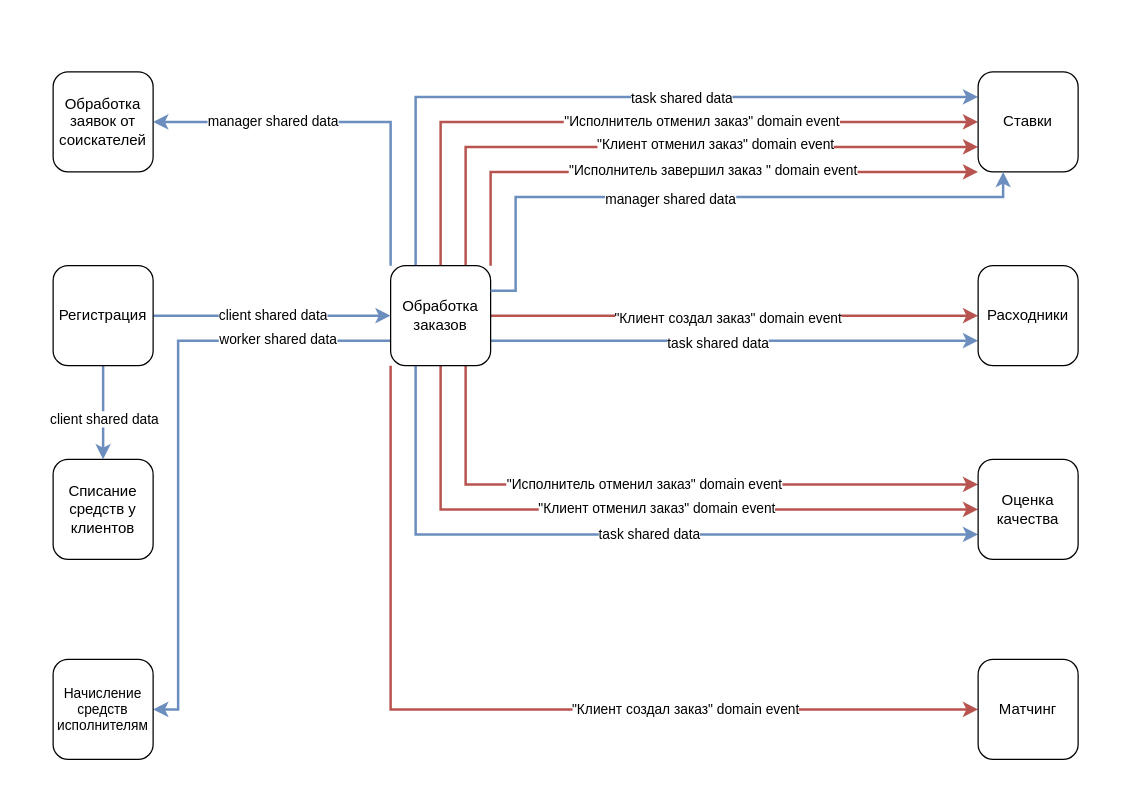
This is hw2/data-model/dm.drawio from mikhaildruzhinin/tough-dev-school-system-analysis, a draw.io file, before an edit. Source tidied: cells renumbered, new cells numbered last; positions are measured from the earlier drawing's top-left corner, leaving out a move shared by most shapes. Both pictures are drawn from the tidied source at 125%, with x=0, y=0 at pixel (52, 71).
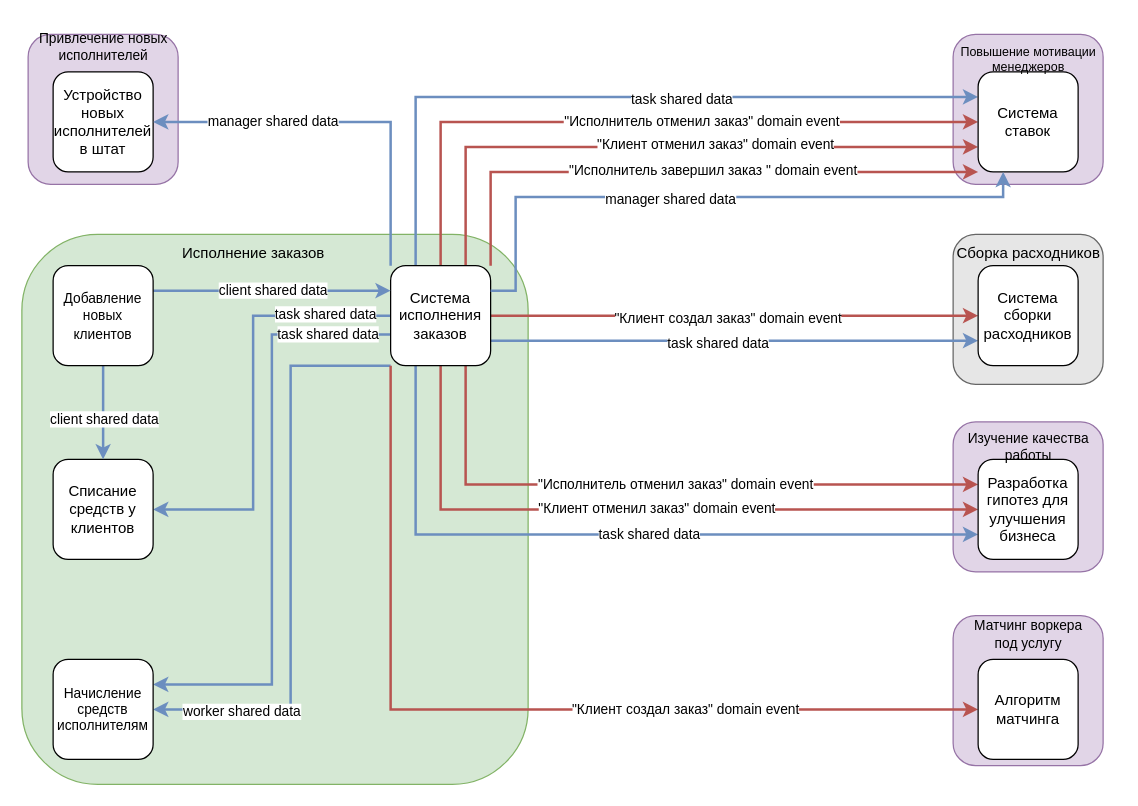
After the change.

The change refers to these unchanged cells:
```xml
<mxCell id="13" style="edgeStyle=orthogonalEdgeStyle;rounded=0;jettySize=auto;html=1;exitX=0.75;exitY=1;exitDx=0;exitDy=0;entryX=0;entryY=0.25;entryDx=0;entryDy=0;strokeColor=#b85450;strokeWidth=2;align=center;verticalAlign=middle;fontFamily=Helvetica;fontSize=11;fontColor=default;labelBackgroundColor=default;endArrow=classic;fillColor=#f8cecc;" parent="1" edge="1" source="27" target="30">
  <mxGeometry relative="1" as="geometry">
    <Array as="points">
      <mxPoint x="330" y="330" />
    </Array>
  </mxGeometry>
</mxCell>
<mxCell id="29" value="Списание средств у клиентов" style="whiteSpace=wrap;html=1;rounded=1;strokeColor=default;align=center;verticalAlign=middle;fontFamily=Helvetica;fontSize=12;fontColor=default;fillColor=default;" parent="1" vertex="1">
  <mxGeometry y="310" width="80" height="80" as="geometry" />
</mxCell>
<mxCell id="40" value="Начисление средств исполнителям" style="whiteSpace=wrap;html=1;rounded=1;strokeColor=default;align=center;verticalAlign=middle;fontFamily=Helvetica;fontSize=11;fontColor=default;fillColor=default;" parent="1" vertex="1">
  <mxGeometry y="470" width="80" height="80" as="geometry" />
</mxCell>
```

Diff of the diagram source:
```diff
@@
+    <mxCell id="41" style="rounded=1;whiteSpace=wrap;html=1;fillColor=#d5e8d4;strokeColor=#82b366;" parent="1" vertex="1">
+      <mxGeometry x="-25" y="130" width="405" height="440" as="geometry" />
+    </mxCell>
+    <mxCell id="42" style="rounded=1;whiteSpace=wrap;html=1;fillColor=#e1d5e7;strokeColor=#9673a6;" parent="1" vertex="1">
+      <mxGeometry x="-20" y="-30" width="120" height="120" as="geometry" />
+    </mxCell>
+    <mxCell id="43" style="rounded=1;whiteSpace=wrap;html=1;fillColor=#e1d5e7;strokeColor=#9673a6;" parent="1" vertex="1">
+      <mxGeometry x="720" y="435" width="120" height="120" as="geometry" />
+    </mxCell>
+    <mxCell id="44" style="rounded=1;whiteSpace=wrap;html=1;fillColor=#e1d5e7;strokeColor=#9673a6;" parent="1" vertex="1">
+      <mxGeometry x="720" y="280" width="120" height="120" as="geometry" />
+    </mxCell>
+    <mxCell id="45" style="rounded=1;whiteSpace=wrap;html=1;fillColor=#E6E6E6;strokeColor=#666666;fontColor=#333333;" parent="1" vertex="1">
+      <mxGeometry x="720" y="130" width="120" height="120" as="geometry" />
+    </mxCell>
+    <mxCell id="46" value="Сборка расходников" style="text;html=1;align=center;verticalAlign=middle;strokeColor=none;fillColor=none;" parent="1" vertex="1">
+      <mxGeometry x="710" y="130" width="140" height="30" as="geometry" />
+    </mxCell>
+    <mxCell id="47" style="rounded=1;whiteSpace=wrap;html=1;fillColor=#e1d5e7;strokeColor=#9673a6;" parent="1" vertex="1">
+      <mxGeometry x="720" y="-30" width="120" height="120" as="geometry" />
+    </mxCell>
-    <mxCell id="2" value="Обработка заявок от соискателей" style="whiteSpace=wrap;html=1;rounded=1;" parent="1" vertex="1">
+    <mxCell id="2" value="Устройство новых исполнителей в штат" style="whiteSpace=wrap;html=1;rounded=1;" parent="1" vertex="1">
       <mxGeometry width="80" height="80" as="geometry" />
     </mxCell>
@@
     <mxCell id="14" value="&quot;Исполнитель отменил заказ&quot; domain event" style="edgeLabel;html=1;align=center;verticalAlign=middle;rounded=0;strokeColor=#b85450;strokeWidth=2;fontFamily=Helvetica;fontSize=11;fontColor=default;labelBackgroundColor=default;fillColor=#f8cecc;" parent="13" vertex="1">
       <mxGeometry x="-0.31" y="1" relative="1" as="geometry">
-        <mxPoint x="63" as="offset" />
+        <mxPoint x="88" as="offset" />
       </mxGeometry>
     </mxCell>
@@
-    <mxCell id="23" style="edgeStyle=orthogonalEdgeStyle;rounded=0;jettySize=auto;html=1;exitX=0;exitY=0.75;exitDx=0;exitDy=0;entryX=1;entryY=0.5;entryDx=0;entryDy=0;strokeColor=#6c8ebf;strokeWidth=2;align=center;verticalAlign=middle;fontFamily=Helvetica;fontSize=11;fontColor=default;labelBackgroundColor=default;endArrow=classic;fillColor=#dae8fc;" parent="1" edge="1" source="27" target="40">
+    <mxCell id="23" style="edgeStyle=orthogonalEdgeStyle;rounded=0;jettySize=auto;html=1;exitX=0;exitY=1;exitDx=0;exitDy=0;entryX=1;entryY=0.5;entryDx=0;entryDy=0;strokeColor=#6c8ebf;strokeWidth=2;align=center;verticalAlign=middle;fontFamily=Helvetica;fontSize=11;fontColor=default;labelBackgroundColor=default;endArrow=classic;fillColor=#dae8fc;" parent="1" edge="1" source="27" target="40">
       <mxGeometry relative="1" as="geometry">
         <Array as="points">
-          <mxPoint x="100" y="215" />
-          <mxPoint x="100" y="510" />
+          <mxPoint x="190" y="235" />
+          <mxPoint x="190" y="510" />
         </Array>
       </mxGeometry>
     </mxCell>
     <mxCell id="24" value="worker shared data" style="edgeLabel;html=1;align=center;verticalAlign=middle;" parent="23" vertex="1">
       <mxGeometry x="-0.33" y="-2" relative="1" as="geometry">
-        <mxPoint x="71" as="offset" />
+        <mxPoint x="-38" y="200" as="offset" />
       </mxGeometry>
     </mxCell>
@@
+    <mxCell id="48" style="edgeStyle=orthogonalEdgeStyle;rounded=0;jettySize=auto;html=1;entryX=1;entryY=0.5;entryDx=0;entryDy=0;strokeColor=#6c8ebf;strokeWidth=2;align=center;verticalAlign=middle;fontFamily=Helvetica;fontSize=11;fontColor=default;labelBackgroundColor=default;endArrow=classic;fillColor=#dae8fc;" parent="1" edge="1" source="27" target="29">
+      <mxGeometry relative="1" as="geometry">
+        <Array as="points">
+          <mxPoint x="160" y="195" />
+          <mxPoint x="160" y="350" />
+        </Array>
+      </mxGeometry>
+    </mxCell>
+    <mxCell id="49" value="task shared data" style="edgeLabel;html=1;align=center;verticalAlign=middle;" parent="48" vertex="1">
+      <mxGeometry x="-0.59" y="-1" relative="1" as="geometry">
+        <mxPoint x="18" y="-1" as="offset" />
+      </mxGeometry>
+    </mxCell>
+    <mxCell id="50" style="edgeStyle=orthogonalEdgeStyle;rounded=0;jettySize=auto;html=1;entryX=1;entryY=0.25;entryDx=0;entryDy=0;strokeColor=#6c8ebf;strokeWidth=2;align=center;verticalAlign=middle;fontFamily=Helvetica;fontSize=11;fontColor=default;labelBackgroundColor=default;endArrow=classic;fillColor=#dae8fc;" parent="1" edge="1" source="27" target="40">
+      <mxGeometry relative="1" as="geometry">
+        <Array as="points">
+          <mxPoint x="175" y="210" />
+          <mxPoint x="175" y="490" />
+        </Array>
+      </mxGeometry>
+    </mxCell>
+    <mxCell id="51" value="task shared data" style="edgeLabel;html=1;align=center;verticalAlign=middle;" parent="50" vertex="1">
+      <mxGeometry x="-0.7" y="4" relative="1" as="geometry">
+        <mxPoint x="20" y="-5" as="offset" />
+      </mxGeometry>
+    </mxCell>
-    <mxCell id="27" value="Обработка заказов" style="whiteSpace=wrap;html=1;rounded=1;strokeColor=default;align=center;verticalAlign=middle;fontFamily=Helvetica;fontSize=12;fontColor=default;fillColor=default;" parent="1" vertex="1">
+    <mxCell id="27" value="Система исполнения заказов" style="whiteSpace=wrap;html=1;rounded=1;strokeColor=default;align=center;verticalAlign=middle;fontFamily=Helvetica;fontSize=12;fontColor=default;fillColor=default;" parent="1" vertex="1">
       <mxGeometry x="270" y="155" width="80" height="80" as="geometry" />
     </mxCell>
-    <mxCell id="28" value="Расходники" style="whiteSpace=wrap;html=1;rounded=1;strokeColor=default;align=center;verticalAlign=middle;fontFamily=Helvetica;fontSize=12;fontColor=default;fillColor=default;" parent="1" vertex="1">
+    <mxCell id="28" value="Система сборки расходников" style="whiteSpace=wrap;html=1;rounded=1;strokeColor=default;align=center;verticalAlign=middle;fontFamily=Helvetica;fontSize=12;fontColor=default;fillColor=default;" parent="1" vertex="1">
       <mxGeometry x="740" y="155" width="80" height="80" as="geometry" />
     </mxCell>
@@
-    <mxCell id="30" value="Оценка качества" style="whiteSpace=wrap;html=1;rounded=1;strokeColor=default;align=center;verticalAlign=middle;fontFamily=Helvetica;fontSize=12;fontColor=default;fillColor=default;" parent="1" vertex="1">
+    <mxCell id="30" value="Разработка гипотез для улучшения бизнеса" style="whiteSpace=wrap;html=1;rounded=1;strokeColor=default;align=center;verticalAlign=middle;fontFamily=Helvetica;fontSize=12;fontColor=default;fillColor=default;" parent="1" vertex="1">
       <mxGeometry x="740" y="310" width="80" height="80" as="geometry" />
     </mxCell>
-    <mxCell id="31" value="Ставки" style="whiteSpace=wrap;html=1;rounded=1;strokeColor=default;align=center;verticalAlign=middle;fontFamily=Helvetica;fontSize=12;fontColor=default;fillColor=default;" parent="1" vertex="1">
+    <mxCell id="31" value="Система ставок" style="whiteSpace=wrap;html=1;rounded=1;strokeColor=default;align=center;verticalAlign=middle;fontFamily=Helvetica;fontSize=12;fontColor=default;fillColor=default;" parent="1" vertex="1">
       <mxGeometry x="740" width="80" height="80" as="geometry" />
     </mxCell>
-    <mxCell id="32" style="edgeStyle=orthogonalEdgeStyle;rounded=0;jettySize=auto;html=1;entryX=0;entryY=0.5;entryDx=0;entryDy=0;strokeColor=#6c8ebf;strokeWidth=2;align=center;verticalAlign=middle;fontFamily=Helvetica;fontSize=11;fontColor=default;labelBackgroundColor=default;endArrow=classic;fillColor=#dae8fc;" parent="1" edge="1" source="36" target="27">
+    <mxCell id="32" style="edgeStyle=orthogonalEdgeStyle;rounded=0;jettySize=auto;html=1;entryX=0;entryY=0.25;entryDx=0;entryDy=0;strokeColor=#6c8ebf;strokeWidth=2;align=center;verticalAlign=middle;fontFamily=Helvetica;fontSize=11;fontColor=default;labelBackgroundColor=default;endArrow=classic;fillColor=#dae8fc;exitX=1;exitY=0.25;exitDx=0;exitDy=0;" parent="1" edge="1" source="36" target="27">
       <mxGeometry relative="1" as="geometry" />
     </mxCell>
@@
-    <mxCell id="36" value="Регистрация" style="whiteSpace=wrap;html=1;rounded=1;" parent="1" vertex="1">
+    <mxCell id="36" value="&lt;span style=&quot;font-size: 11px;&quot;&gt;Добавление новых клиентов&lt;/span&gt;" style="whiteSpace=wrap;html=1;rounded=1;" parent="1" vertex="1">
       <mxGeometry y="155" width="80" height="80" as="geometry" />
     </mxCell>
@@
-    <mxCell id="39" value="Матчинг" style="whiteSpace=wrap;html=1;rounded=1;strokeColor=default;align=center;verticalAlign=middle;fontFamily=Helvetica;fontSize=12;fontColor=default;fillColor=default;" parent="1" vertex="1">
+    <mxCell id="39" value="Алгоритм матчинга" style="whiteSpace=wrap;html=1;rounded=1;strokeColor=default;align=center;verticalAlign=middle;fontFamily=Helvetica;fontSize=12;fontColor=default;fillColor=default;" parent="1" vertex="1">
       <mxGeometry x="740" y="470" width="80" height="80" as="geometry" />
     </mxCell>
@@
+    <mxCell id="52" value="Исполнение заказов" style="text;html=1;align=center;verticalAlign=middle;strokeColor=none;fillColor=none;" parent="1" vertex="1">
+      <mxGeometry x="90" y="130" width="140" height="30" as="geometry" />
+    </mxCell>
+    <mxCell id="53" value="Привлечение новых&lt;div&gt;исполнителей&lt;/div&gt;" style="text;html=1;align=center;verticalAlign=middle;strokeColor=none;fillColor=none;fontSize=11;" parent="1" vertex="1">
+      <mxGeometry x="-25" y="-40" width="130" height="40" as="geometry" />
+    </mxCell>
+    <mxCell id="54" value="Повышение мотивации&lt;div&gt;менеджеров&lt;/div&gt;" style="text;html=1;align=center;verticalAlign=middle;strokeColor=none;fillColor=none;fontSize=10;" parent="1" vertex="1">
+      <mxGeometry x="715" y="-30" width="130" height="40" as="geometry" />
+    </mxCell>
+    <mxCell id="55" value="Изучение качества&lt;div&gt;работы&lt;/div&gt;" style="text;html=1;align=center;verticalAlign=middle;strokeColor=none;fillColor=none;fontSize=11;" parent="1" vertex="1">
+      <mxGeometry x="720" y="280" width="120" height="40" as="geometry" />
+    </mxCell>
+    <mxCell id="56" value="Матчинг воркера&lt;div&gt;под услугу&lt;/div&gt;" style="text;html=1;align=center;verticalAlign=middle;strokeColor=none;fillColor=none;fontSize=11;" parent="1" vertex="1">
+      <mxGeometry x="725" y="430" width="110" height="40" as="geometry" />
+    </mxCell>
```
